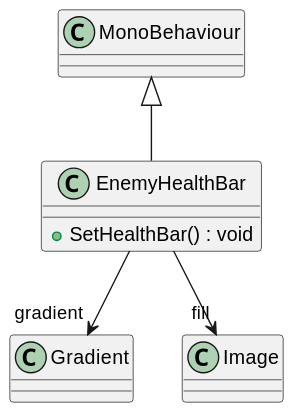
This is UML/Interfaces/EnemyHealthBar.svg from KawinM23/TakeControl, a PlantUML export, as it was before one commit. Its diagram source:
```plantuml
@startuml
class EnemyHealthBar {
    + SetHealthBar() : void
}
MonoBehaviour <|-- EnemyHealthBar
EnemyHealthBar --> "gradient" Gradient
EnemyHealthBar --> "fill" Image
@enduml
```
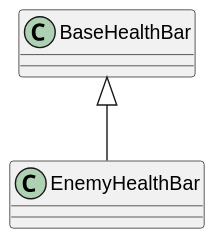
The same file after the commit.

The edit, as a diff of the source:
```diff
@@ -1,8 +1,5 @@
 @startuml
 class EnemyHealthBar {
-    + SetHealthBar() : void
 }
-MonoBehaviour <|-- EnemyHealthBar
-EnemyHealthBar --> "gradient" Gradient
-EnemyHealthBar --> "fill" Image
+BaseHealthBar <|-- EnemyHealthBar
 @enduml
```
